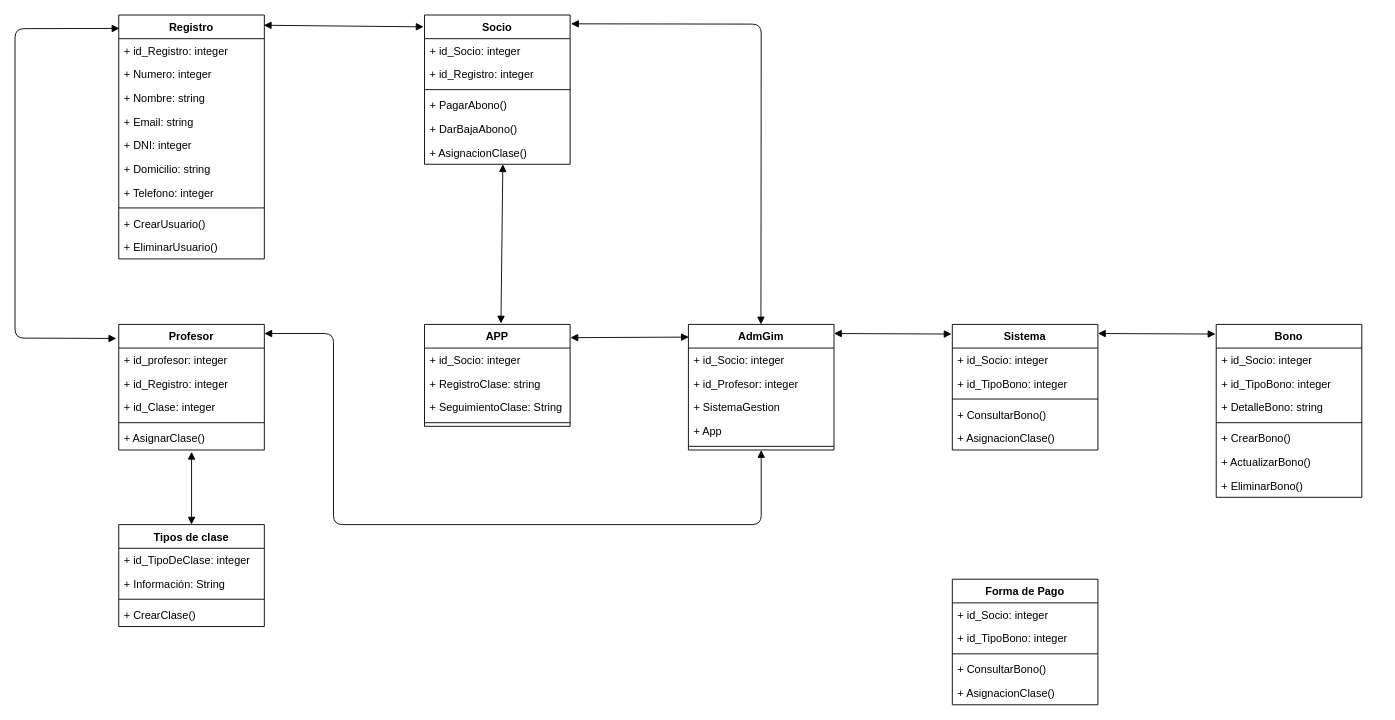
Above: Untitled Diagram.drawio in Alexisgr93/elixir (draw.io), before the change. Source tidied: cells renumbered, new cells numbered last; positions are measured from the earlier drawing's top-left corner, leaving out a move shared by most shapes. Both pictures are drawn from the tidied source at 91%, with x=0, y=0 at pixel (15, 15).
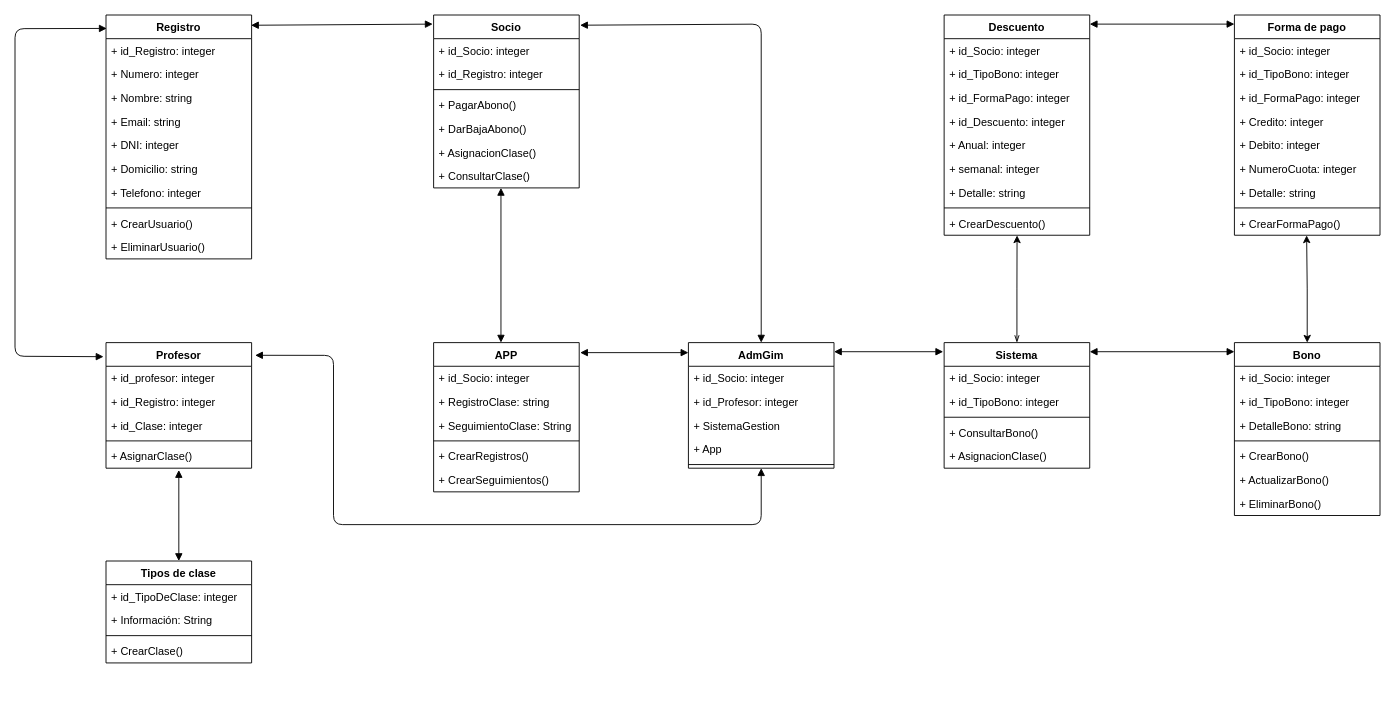
Above is the later version.

Unchanged cells that the change refers to:
```xml
<mxCell id="30" value="+ AsignacionClase()" style="text;strokeColor=none;fillColor=none;align=left;verticalAlign=top;spacingLeft=4;spacingRight=4;overflow=hidden;points=[[0,0.5],[1,0.5]];portConstraint=eastwest;" parent="24" vertex="1">
  <mxGeometry y="138" width="160" height="26" as="geometry" />
</mxCell>
```

The edit, as a diff of the source:
```diff
@@
     <mxCell id="2" value="Registro" style="swimlane;fontStyle=1;align=center;verticalAlign=top;horizontal=1;startSize=26;" parent="1" vertex="1">
-      <mxGeometry x="114" width="160" height="268" as="geometry" />
+      <mxGeometry x="100" width="160" height="268" as="geometry" />
     </mxCell>
@@
     <mxCell id="13" value="Profesor" style="swimlane;fontStyle=1;align=center;verticalAlign=top;horizontal=1;startSize=26;" parent="1" vertex="1">
-      <mxGeometry x="114" y="340" width="160" height="138" as="geometry" />
+      <mxGeometry x="100" y="360" width="160" height="138" as="geometry" />
     </mxCell>
@@
     <mxCell id="19" value="Tipos de clase" style="swimlane;fontStyle=1;align=center;verticalAlign=top;horizontal=1;startSize=26;" parent="1" vertex="1">
-      <mxGeometry x="114" y="560" width="160" height="112" as="geometry" />
+      <mxGeometry x="100" y="600" width="160" height="112" as="geometry" />
     </mxCell>
@@
     <mxCell id="24" value="Socio" style="swimlane;fontStyle=1;align=center;verticalAlign=top;horizontal=1;startSize=26;" parent="1" vertex="1">
-      <mxGeometry x="450" width="160" height="164" as="geometry" />
+      <mxGeometry x="460" width="160" height="190" as="geometry" />
     </mxCell>
@@
+    <mxCell id="71" value="+ ConsultarClase()" style="text;strokeColor=none;fillColor=none;align=left;verticalAlign=top;spacingLeft=4;spacingRight=4;overflow=hidden;" parent="24" vertex="1">
+      <mxGeometry y="164" width="160" height="26" as="geometry" />
+    </mxCell>
     <mxCell id="31" style="endArrow=block;startArrow=block;endFill=1;startFill=1;html=1;exitX=0.996;exitY=0.042;exitDx=0;exitDy=0;exitPerimeter=0;" parent="1" edge="1" source="2">
       <mxGeometry relative="1" as="geometry">
-        <mxPoint x="449" y="13" as="targetPoint" />
+        <mxPoint x="459" y="10" as="targetPoint" />
       </mxGeometry>
     </mxCell>
     <mxCell id="32" style="endArrow=block;startArrow=block;endFill=1;startFill=1;html=1;exitX=-0.017;exitY=0.112;exitDx=0;exitDy=0;exitPerimeter=0;entryX=0.005;entryY=0.055;entryDx=0;entryDy=0;entryPerimeter=0;" parent="1" edge="1" source="13" target="2">
       <mxGeometry relative="1" as="geometry">
         <Array as="points">
-          <mxPoint y="355" />
+          <mxPoint y="375" />
           <mxPoint y="15" />
         </Array>
       </mxGeometry>
     </mxCell>
     <mxCell id="33" style="endArrow=block;startArrow=block;endFill=1;startFill=1;html=1;entryX=0.5;entryY=0;entryDx=0;entryDy=0;" parent="1" edge="1" target="19">
       <mxGeometry relative="1" as="geometry">
-        <mxPoint x="194" y="480" as="sourcePoint" />
+        <mxPoint x="180" y="500" as="sourcePoint" />
       </mxGeometry>
     </mxCell>
     <mxCell id="34" value="APP" style="swimlane;fontStyle=1;align=center;verticalAlign=top;horizontal=1;startSize=26;" parent="1" vertex="1">
-      <mxGeometry x="450" y="340" width="160" height="112" as="geometry" />
+      <mxGeometry x="460" y="360" width="160" height="164" as="geometry" />
     </mxCell>
@@
+    <mxCell id="72" value="+ CrearRegistros()" style="text;strokeColor=none;fillColor=none;align=left;verticalAlign=top;spacingLeft=4;spacingRight=4;overflow=hidden;" parent="34" vertex="1">
+      <mxGeometry y="112" width="160" height="26" as="geometry" />
+    </mxCell>
+    <mxCell id="73" value="+ CrearSeguimientos()" style="text;strokeColor=none;fillColor=none;align=left;verticalAlign=top;spacingLeft=4;spacingRight=4;overflow=hidden;" parent="34" vertex="1">
+      <mxGeometry y="138" width="160" height="26" as="geometry" />
+    </mxCell>
-    <mxCell id="39" style="endArrow=block;startArrow=block;endFill=1;startFill=1;html=1;exitX=0.538;exitY=1;exitDx=0;exitDy=0;exitPerimeter=0;" parent="1" edge="1" source="30">
+    <mxCell id="39" style="endArrow=block;startArrow=block;endFill=1;startFill=1;html=1;" parent="1" edge="1">
       <mxGeometry relative="1" as="geometry">
-        <mxPoint x="534" y="339" as="targetPoint" />
+        <mxPoint x="534" y="190" as="sourcePoint" />
+        <mxPoint x="534" y="360" as="targetPoint" />
       </mxGeometry>
     </mxCell>
     <mxCell id="40" value="AdmGim" style="swimlane;fontStyle=1;align=center;verticalAlign=top;horizontal=1;startSize=26;" parent="1" vertex="1">
-      <mxGeometry x="740" y="340" width="160" height="138" as="geometry" />
+      <mxGeometry x="740" y="360" width="160" height="138" as="geometry" />
     </mxCell>
@@
-    <mxCell id="46" style="endArrow=block;startArrow=block;endFill=1;startFill=1;html=1;entryX=0.5;entryY=0;entryDx=0;entryDy=0;exitX=1.006;exitY=0.059;exitDx=0;exitDy=0;exitPerimeter=0;" parent="1" edge="1" source="24">
+    <mxCell id="46" style="endArrow=block;startArrow=block;endFill=1;startFill=1;html=1;entryX=0.5;entryY=0;entryDx=0;entryDy=0;exitX=1.006;exitY=0.059;exitDx=0;exitDy=0;exitPerimeter=0;" parent="1" edge="1" source="24" target="40">
       <mxGeometry relative="1" as="geometry">
-        <mxPoint x="819.7" y="340" as="targetPoint" />
         <Array as="points">
           <mxPoint x="820" y="10" />
         </Array>
       </mxGeometry>
     </mxCell>
-    <mxCell id="47" style="endArrow=block;startArrow=block;endFill=1;startFill=1;html=1;entryX=1.002;entryY=0.13;entryDx=0;entryDy=0;entryPerimeter=0;exitX=0.003;exitY=0.101;exitDx=0;exitDy=0;exitPerimeter=0;" parent="1" edge="1" source="40" target="34">
-      <mxGeometry relative="1" as="geometry" />
+    <mxCell id="47" style="endArrow=block;startArrow=block;endFill=1;startFill=1;html=1;" parent="1" edge="1">
+      <mxGeometry relative="1" as="geometry">
+        <mxPoint x="740" y="371" as="sourcePoint" />
+        <mxPoint x="621" y="371" as="targetPoint" />
+      </mxGeometry>
     </mxCell>
+    <mxCell id="74" style="edgeStyle=orthogonalEdgeStyle;rounded=0;jettySize=auto;html=1;exitX=0.5;exitY=0;exitDx=0;exitDy=0;entryX=0.501;entryY=1.007;entryDx=0;entryDy=0;entryPerimeter=0;startArrow=openThin;startFill=0;" parent="1" edge="1" source="48" target="95">
+      <mxGeometry relative="1" as="geometry" />
+    </mxCell>
     <mxCell id="48" value="Sistema" style="swimlane;fontStyle=1;align=center;verticalAlign=top;horizontal=1;startSize=26;" parent="1" vertex="1">
-      <mxGeometry x="1030" y="340" width="160" height="138" as="geometry" />
+      <mxGeometry x="1021" y="360" width="160" height="138" as="geometry" />
     </mxCell>
@@
+    <mxCell id="75" style="edgeStyle=orthogonalEdgeStyle;rounded=0;jettySize=auto;html=1;exitX=0.5;exitY=0;exitDx=0;exitDy=0;entryX=0.496;entryY=1.007;entryDx=0;entryDy=0;entryPerimeter=0;startArrow=classic;startFill=1;" parent="1" edge="1" source="54" target="85">
+      <mxGeometry relative="1" as="geometry" />
+    </mxCell>
     <mxCell id="54" value="Bono" style="swimlane;fontStyle=1;align=center;verticalAlign=top;horizontal=1;startSize=26;" parent="1" vertex="1">
-      <mxGeometry x="1320" y="340" width="160" height="190" as="geometry" />
+      <mxGeometry x="1340" y="360" width="160" height="190" as="geometry" />
     </mxCell>
@@
-    <mxCell id="62" style="endArrow=block;startArrow=block;endFill=1;startFill=1;html=1;entryX=1.002;entryY=0.13;entryDx=0;entryDy=0;entryPerimeter=0;exitX=-0.003;exitY=0.135;exitDx=0;exitDy=0;exitPerimeter=0;" parent="1" edge="1">
+    <mxCell id="62" style="endArrow=block;startArrow=block;endFill=1;startFill=1;html=1;entryX=1.002;entryY=0.13;entryDx=0;entryDy=0;entryPerimeter=0;" parent="1" edge="1">
       <mxGeometry relative="1" as="geometry">
-        <mxPoint x="1029.2" y="350.6" as="sourcePoint" />
-        <mxPoint x="900" y="350" as="targetPoint" />
+        <mxPoint x="1020" y="370" as="sourcePoint" />
+        <mxPoint x="900" y="370" as="targetPoint" />
       </mxGeometry>
     </mxCell>
-    <mxCell id="63" style="endArrow=block;startArrow=block;endFill=1;startFill=1;html=1;entryX=1.002;entryY=0.13;entryDx=0;entryDy=0;entryPerimeter=0;exitX=-0.003;exitY=0.135;exitDx=0;exitDy=0;exitPerimeter=0;" parent="1" edge="1">
+    <mxCell id="63" style="endArrow=block;startArrow=block;endFill=1;startFill=1;html=1;" parent="1" edge="1">
       <mxGeometry relative="1" as="geometry">
-        <mxPoint x="1319.2" y="350.6" as="sourcePoint" />
-        <mxPoint x="1190" y="350" as="targetPoint" />
+        <mxPoint x="1340" y="370" as="sourcePoint" />
+        <mxPoint x="1181" y="370" as="targetPoint" />
       </mxGeometry>
     </mxCell>
-    <mxCell id="64" style="endArrow=block;startArrow=block;endFill=1;startFill=1;html=1;entryX=1.002;entryY=0.13;entryDx=0;entryDy=0;entryPerimeter=0;exitX=0.5;exitY=1;exitDx=0;exitDy=0;" parent="1" edge="1" source="40">
+    <mxCell id="64" style="endArrow=block;startArrow=block;endFill=1;startFill=1;html=1;entryX=1.024;entryY=0.101;entryDx=0;entryDy=0;entryPerimeter=0;exitX=0.5;exitY=1;exitDx=0;exitDy=0;" parent="1" edge="1" source="40" target="13">
       <mxGeometry relative="1" as="geometry">
-        <mxPoint x="274" y="350" as="targetPoint" />
         <Array as="points">
           <mxPoint x="820" y="560" />
           <mxPoint x="350" y="560" />
-          <mxPoint x="350" y="350" />
+          <mxPoint x="350" y="374" />
         </Array>
       </mxGeometry>
     </mxCell>
-    <mxCell id="65" value="Forma de Pago" style="swimlane;fontStyle=1;align=center;verticalAlign=top;horizontal=1;startSize=26;" parent="1" vertex="1">
-      <mxGeometry x="1030" y="620" width="160" height="138" as="geometry" />
-    </mxCell>
-    <mxCell id="66" value="+ id_Socio: integer" style="text;strokeColor=none;fillColor=none;align=left;verticalAlign=top;spacingLeft=4;spacingRight=4;overflow=hidden;" parent="65" vertex="1">
-      <mxGeometry y="26" width="160" height="26" as="geometry" />
-    </mxCell>
-    <mxCell id="67" value="+ id_TipoBono: integer" style="text;strokeColor=none;fillColor=none;align=left;verticalAlign=top;spacingLeft=4;spacingRight=4;overflow=hidden;" parent="65" vertex="1">
-      <mxGeometry y="52" width="160" height="26" as="geometry" />
-    </mxCell>
-    <mxCell id="68" style="line;strokeWidth=1;fillColor=none;align=left;verticalAlign=middle;spacingTop=-1;spacingLeft=3;spacingRight=3;labelPosition=right;" parent="65" vertex="1">
-      <mxGeometry y="78" width="160" height="8" as="geometry" />
-    </mxCell>
-    <mxCell id="69" value="+ ConsultarBono()&#10;" style="text;strokeColor=none;fillColor=none;align=left;verticalAlign=top;spacingLeft=4;spacingRight=4;overflow=hidden;" parent="65" vertex="1">
-      <mxGeometry y="86" width="160" height="26" as="geometry" />
-    </mxCell>
-    <mxCell id="70" value="+ AsignacionClase()" style="text;strokeColor=none;fillColor=none;align=left;verticalAlign=top;spacingLeft=4;spacingRight=4;overflow=hidden;" parent="65" vertex="1">
-      <mxGeometry y="112" width="160" height="26" as="geometry" />
-    </mxCell>
+    <mxCell id="76" value="Forma de pago" style="swimlane;fontStyle=1;align=center;verticalAlign=top;horizontal=1;startSize=26;" parent="1" vertex="1">
+      <mxGeometry x="1340" width="160" height="242" as="geometry" />
+    </mxCell>
+    <mxCell id="77" value="+ id_Socio: integer" style="text;strokeColor=none;fillColor=none;align=left;verticalAlign=top;spacingLeft=4;spacingRight=4;overflow=hidden;" parent="76" vertex="1">
+      <mxGeometry y="26" width="160" height="26" as="geometry" />
+    </mxCell>
+    <mxCell id="78" value="+ id_TipoBono: integer" style="text;strokeColor=none;fillColor=none;align=left;verticalAlign=top;spacingLeft=4;spacingRight=4;overflow=hidden;" parent="76" vertex="1">
+      <mxGeometry y="52" width="160" height="26" as="geometry" />
+    </mxCell>
+    <mxCell id="79" value="+ id_FormaPago: integer" style="text;strokeColor=none;fillColor=none;align=left;verticalAlign=top;spacingLeft=4;spacingRight=4;overflow=hidden;" parent="76" vertex="1">
+      <mxGeometry y="78" width="160" height="26" as="geometry" />
+    </mxCell>
+    <mxCell id="80" value="+ Credito: integer" style="text;strokeColor=none;fillColor=none;align=left;verticalAlign=top;spacingLeft=4;spacingRight=4;overflow=hidden;" parent="76" vertex="1">
+      <mxGeometry y="104" width="160" height="26" as="geometry" />
+    </mxCell>
+    <mxCell id="81" value="+ Debito: integer" style="text;strokeColor=none;fillColor=none;align=left;verticalAlign=top;spacingLeft=4;spacingRight=4;overflow=hidden;" parent="76" vertex="1">
+      <mxGeometry y="130" width="160" height="26" as="geometry" />
+    </mxCell>
+    <mxCell id="82" value="+ NumeroCuota: integer" style="text;strokeColor=none;fillColor=none;align=left;verticalAlign=top;spacingLeft=4;spacingRight=4;overflow=hidden;" parent="76" vertex="1">
+      <mxGeometry y="156" width="160" height="26" as="geometry" />
+    </mxCell>
+    <mxCell id="83" value="+ Detalle: string" style="text;strokeColor=none;fillColor=none;align=left;verticalAlign=top;spacingLeft=4;spacingRight=4;overflow=hidden;" parent="76" vertex="1">
+      <mxGeometry y="182" width="160" height="26" as="geometry" />
+    </mxCell>
+    <mxCell id="84" style="line;strokeWidth=1;fillColor=none;align=left;verticalAlign=middle;spacingTop=-1;spacingLeft=3;spacingRight=3;labelPosition=right;" parent="76" vertex="1">
+      <mxGeometry y="208" width="160" height="8" as="geometry" />
+    </mxCell>
+    <mxCell id="85" value="+ CrearFormaPago()&#10;" style="text;strokeColor=none;fillColor=none;align=left;verticalAlign=top;spacingLeft=4;spacingRight=4;overflow=hidden;points=[[0,0.5],[1,0.5]];portConstraint=eastwest;" parent="76" vertex="1">
+      <mxGeometry y="216" width="160" height="26" as="geometry" />
+    </mxCell>
+    <mxCell id="86" value="Descuento" style="swimlane;fontStyle=1;align=center;verticalAlign=top;horizontal=1;startSize=26;" parent="1" vertex="1">
+      <mxGeometry x="1021" width="160" height="242" as="geometry" />
+    </mxCell>
+    <mxCell id="87" value="+ id_Socio: integer" style="text;strokeColor=none;fillColor=none;align=left;verticalAlign=top;spacingLeft=4;spacingRight=4;overflow=hidden;" parent="86" vertex="1">
+      <mxGeometry y="26" width="160" height="26" as="geometry" />
+    </mxCell>
+    <mxCell id="88" value="+ id_TipoBono: integer" style="text;strokeColor=none;fillColor=none;align=left;verticalAlign=top;spacingLeft=4;spacingRight=4;overflow=hidden;" parent="86" vertex="1">
+      <mxGeometry y="52" width="160" height="26" as="geometry" />
+    </mxCell>
+    <mxCell id="89" value="+ id_FormaPago: integer" style="text;strokeColor=none;fillColor=none;align=left;verticalAlign=top;spacingLeft=4;spacingRight=4;overflow=hidden;" parent="86" vertex="1">
+      <mxGeometry y="78" width="160" height="26" as="geometry" />
+    </mxCell>
+    <mxCell id="90" value="+ id_Descuento: integer" style="text;strokeColor=none;fillColor=none;align=left;verticalAlign=top;spacingLeft=4;spacingRight=4;overflow=hidden;" parent="86" vertex="1">
+      <mxGeometry y="104" width="160" height="26" as="geometry" />
+    </mxCell>
+    <mxCell id="91" value="+ Anual: integer" style="text;strokeColor=none;fillColor=none;align=left;verticalAlign=top;spacingLeft=4;spacingRight=4;overflow=hidden;" parent="86" vertex="1">
+      <mxGeometry y="130" width="160" height="26" as="geometry" />
+    </mxCell>
+    <mxCell id="92" value="+ semanal: integer" style="text;strokeColor=none;fillColor=none;align=left;verticalAlign=top;spacingLeft=4;spacingRight=4;overflow=hidden;" parent="86" vertex="1">
+      <mxGeometry y="156" width="160" height="26" as="geometry" />
+    </mxCell>
+    <mxCell id="93" value="+ Detalle: string" style="text;strokeColor=none;fillColor=none;align=left;verticalAlign=top;spacingLeft=4;spacingRight=4;overflow=hidden;" parent="86" vertex="1">
+      <mxGeometry y="182" width="160" height="26" as="geometry" />
+    </mxCell>
+    <mxCell id="94" style="line;strokeWidth=1;fillColor=none;align=left;verticalAlign=middle;spacingTop=-1;spacingLeft=3;spacingRight=3;labelPosition=right;" parent="86" vertex="1">
+      <mxGeometry y="208" width="160" height="8" as="geometry" />
+    </mxCell>
+    <mxCell id="95" value="+ CrearDescuento()&#10;" style="text;strokeColor=none;fillColor=none;align=left;verticalAlign=top;spacingLeft=4;spacingRight=4;overflow=hidden;points=[[0,0.5],[1,0.5]];portConstraint=eastwest;" parent="86" vertex="1">
+      <mxGeometry y="216" width="160" height="26" as="geometry" />
+    </mxCell>
+    <mxCell id="96" style="endArrow=block;startArrow=block;endFill=1;startFill=1;html=1;" parent="1" edge="1">
+      <mxGeometry relative="1" as="geometry">
+        <mxPoint x="1340" y="10" as="sourcePoint" />
+        <mxPoint x="1181" y="10" as="targetPoint" />
+      </mxGeometry>
+    </mxCell>
```
